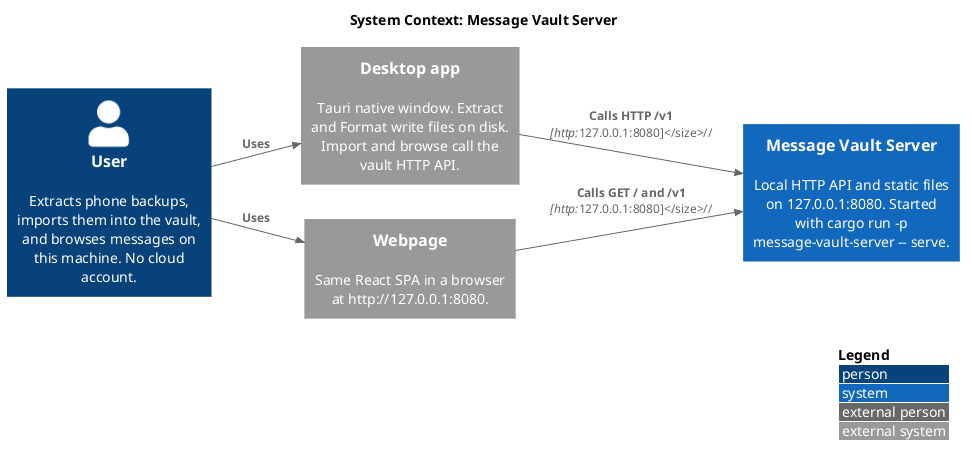
Earlier version of the PlantUML export docs/maintainers/architecture/System diagram.png (bitrealm-dev/message-vault). The source it was exported from:
```plantuml
@startuml
!include https://raw.githubusercontent.com/plantuml-stdlib/C4-PlantUML/master/C4_Context.puml

LAYOUT_LANDSCAPE()
left to right direction
LAYOUT_WITH_LEGEND()

title System Context: Message Vault Server

Person(user, "User", "Extracts phone backups, imports them into the vault, and browses messages on this machine. No cloud account.")

System_Ext(desktop, "Desktop app", "Tauri native window. Extract and Format write files on disk. Import and browse call the vault HTTP API.")
System_Ext(webpage, "Webpage", "Same React SPA in a browser at http://127.0.0.1:8080.")
System(server, "Message Vault Server", "Local HTTP API and static files on 127.0.0.1:8080. Started with cargo run -p message-vault-server -- serve.")

Rel_R(user, desktop, "Uses")
Rel_R(user, webpage, "Uses")
Rel_R(desktop, server, "Calls HTTP /v1", "http://127.0.0.1:8080")
Rel_R(webpage, server, "Calls GET / and /v1", "http://127.0.0.1:8080")
Lay_D(desktop, webpage)

@enduml
```
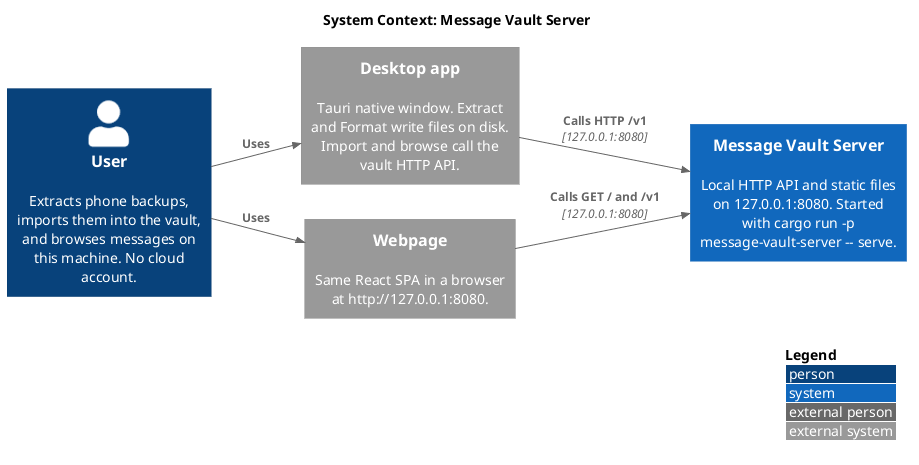
The same file after the commit.

Commit message:
docs(c4): avoid http:// breaking C4 Rel tech italics

PlantUML treats :// inside C4 italic markup as a close tag, which
garbled the server edge labels. Keep the host:port as the tech
annotation; the full URL stays in element descriptions.

Change to the diagram source:
```diff
@@ -15,8 +15,8 @@
 
 Rel_R(user, desktop, "Uses")
 Rel_R(user, webpage, "Uses")
-Rel_R(desktop, server, "Calls HTTP /v1", "http://127.0.0.1:8080")
-Rel_R(webpage, server, "Calls GET / and /v1", "http://127.0.0.1:8080")
+Rel_R(desktop, server, "Calls HTTP /v1", "127.0.0.1:8080")
+Rel_R(webpage, server, "Calls GET / and /v1", "127.0.0.1:8080")
 Lay_D(desktop, webpage)
 
 @enduml
```
